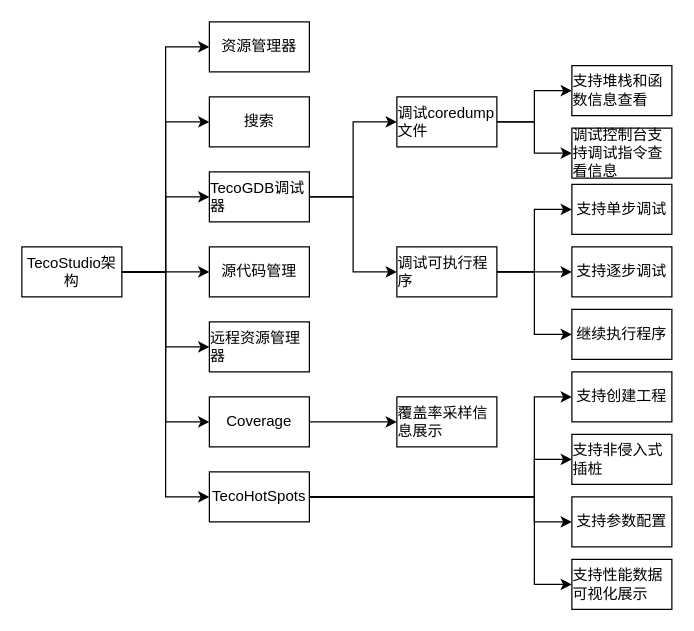
Before: images/未命名绘图.drawio in Edgar8a2023/tecoprofiler, a draw.io diagram. Source tidied: cells renumbered, new cells numbered last; positions are measured from the earlier drawing's top-left corner, leaving out a move shared by most shapes. Both pictures are drawn from the tidied source at 125%, with x=0, y=0 at pixel (21, 21).
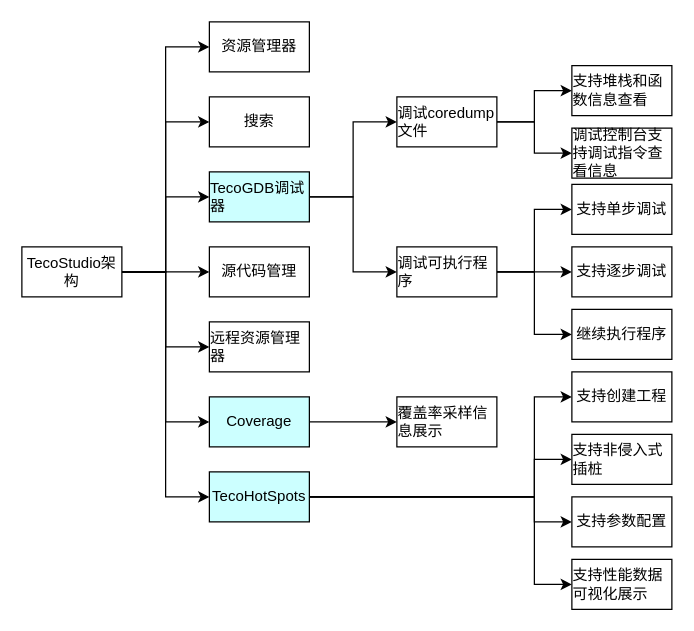
The same diagram, later.

Commit message:
更新未命名绘图.drawio

Change to the diagram source:
```diff
@@
-    <mxCell id="16" value="&lt;article data-clipboard-cangjie=&quot;[&amp;quot;root&amp;quot;,{},[&amp;quot;p&amp;quot;,{},[&amp;quot;span&amp;quot;,{&amp;quot;data-type&amp;quot;:&amp;quot;text&amp;quot;},[&amp;quot;span&amp;quot;,{&amp;quot;fonts&amp;quot;:{&amp;quot;hint&amp;quot;:&amp;quot;eastAsia&amp;quot;},&amp;quot;data-type&amp;quot;:&amp;quot;leaf&amp;quot;},&amp;quot;TecoHotSpots&amp;quot;]]]]&quot; class=&quot;4ever-article&quot;&gt;&lt;p style=&quot;text-align: left; margin-left: 0px; margin-top: 0px; margin-bottom: 0px;&quot;&gt;TecoHotSpots&lt;/p&gt;&lt;/article&gt;" style="whiteSpace=wrap;html=1;" parent="1" vertex="1">
+    <mxCell id="16" value="&lt;article data-clipboard-cangjie=&quot;[&amp;quot;root&amp;quot;,{},[&amp;quot;p&amp;quot;,{},[&amp;quot;span&amp;quot;,{&amp;quot;data-type&amp;quot;:&amp;quot;text&amp;quot;},[&amp;quot;span&amp;quot;,{&amp;quot;fonts&amp;quot;:{&amp;quot;hint&amp;quot;:&amp;quot;eastAsia&amp;quot;},&amp;quot;data-type&amp;quot;:&amp;quot;leaf&amp;quot;},&amp;quot;TecoHotSpots&amp;quot;]]]]&quot; class=&quot;4ever-article&quot;&gt;&lt;p style=&quot;text-align: left; margin-left: 0px; margin-top: 0px; margin-bottom: 0px;&quot;&gt;TecoHotSpots&lt;/p&gt;&lt;/article&gt;" style="whiteSpace=wrap;html=1;fillColor=#CCFFFF;" parent="1" vertex="1">
       <mxGeometry x="150" y="360" width="80" height="40" as="geometry" />
     </mxCell>
@@
-    <mxCell id="20" value="&lt;article data-clipboard-cangjie=&quot;[&amp;quot;root&amp;quot;,{},[&amp;quot;p&amp;quot;,{},[&amp;quot;span&amp;quot;,{&amp;quot;data-type&amp;quot;:&amp;quot;text&amp;quot;},[&amp;quot;span&amp;quot;,{&amp;quot;fonts&amp;quot;:{&amp;quot;hint&amp;quot;:&amp;quot;eastAsia&amp;quot;},&amp;quot;data-type&amp;quot;:&amp;quot;leaf&amp;quot;},&amp;quot;运行和调试&amp;quot;]]]]&quot; class=&quot;4ever-article&quot;&gt;&lt;p style=&quot;text-align: left; margin-left: 0px; margin-top: 0px; margin-bottom: 0px;&quot;&gt;TecoGDB调试器&lt;/p&gt;&lt;/article&gt;" style="whiteSpace=wrap;html=1;" parent="1" vertex="1">
+    <mxCell id="20" value="&lt;article data-clipboard-cangjie=&quot;[&amp;quot;root&amp;quot;,{},[&amp;quot;p&amp;quot;,{},[&amp;quot;span&amp;quot;,{&amp;quot;data-type&amp;quot;:&amp;quot;text&amp;quot;},[&amp;quot;span&amp;quot;,{&amp;quot;fonts&amp;quot;:{&amp;quot;hint&amp;quot;:&amp;quot;eastAsia&amp;quot;},&amp;quot;data-type&amp;quot;:&amp;quot;leaf&amp;quot;},&amp;quot;运行和调试&amp;quot;]]]]&quot; class=&quot;4ever-article&quot;&gt;&lt;p style=&quot;text-align: left; margin-left: 0px; margin-top: 0px; margin-bottom: 0px;&quot;&gt;TecoGDB调试器&lt;/p&gt;&lt;/article&gt;" style="whiteSpace=wrap;html=1;fillColor=#CCFFFF;" parent="1" vertex="1">
       <mxGeometry x="150" y="120" width="80" height="40" as="geometry" />
     </mxCell>
@@
-    <mxCell id="23" value="&lt;article data-clipboard-cangjie=&quot;[&amp;quot;root&amp;quot;,{},[&amp;quot;p&amp;quot;,{},[&amp;quot;span&amp;quot;,{&amp;quot;data-type&amp;quot;:&amp;quot;text&amp;quot;},[&amp;quot;span&amp;quot;,{&amp;quot;fonts&amp;quot;:{&amp;quot;hint&amp;quot;:&amp;quot;eastAsia&amp;quot;},&amp;quot;data-type&amp;quot;:&amp;quot;leaf&amp;quot;},&amp;quot;TecoHotSpots&amp;quot;]]]]&quot; class=&quot;4ever-article&quot;&gt;&lt;p style=&quot;text-align: left; margin-left: 0px; margin-top: 0px; margin-bottom: 0px;&quot;&gt;Coverage&lt;/p&gt;&lt;/article&gt;" style="whiteSpace=wrap;html=1;" parent="1" vertex="1">
+    <mxCell id="23" value="&lt;article data-clipboard-cangjie=&quot;[&amp;quot;root&amp;quot;,{},[&amp;quot;p&amp;quot;,{},[&amp;quot;span&amp;quot;,{&amp;quot;data-type&amp;quot;:&amp;quot;text&amp;quot;},[&amp;quot;span&amp;quot;,{&amp;quot;fonts&amp;quot;:{&amp;quot;hint&amp;quot;:&amp;quot;eastAsia&amp;quot;},&amp;quot;data-type&amp;quot;:&amp;quot;leaf&amp;quot;},&amp;quot;TecoHotSpots&amp;quot;]]]]&quot; class=&quot;4ever-article&quot;&gt;&lt;p style=&quot;text-align: left; margin-left: 0px; margin-top: 0px; margin-bottom: 0px;&quot;&gt;Coverage&lt;/p&gt;&lt;/article&gt;" style="whiteSpace=wrap;html=1;fillColor=#CCFFFF;" parent="1" vertex="1">
       <mxGeometry x="150" y="300" width="80" height="40" as="geometry" />
     </mxCell>
```
